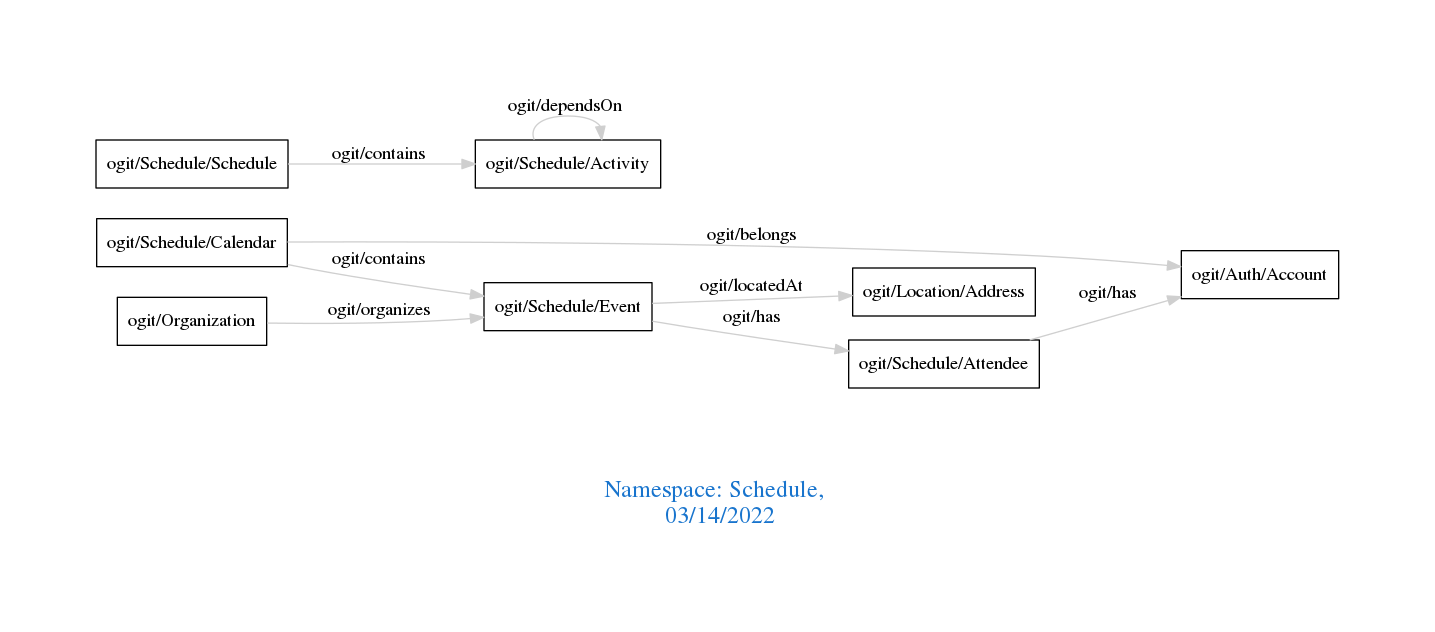
This is downloads/Schedule.png from arago/OGIT, a Graphviz export, as it was before one commit. Its source is kept beside it as downloads/Schedule.dot.
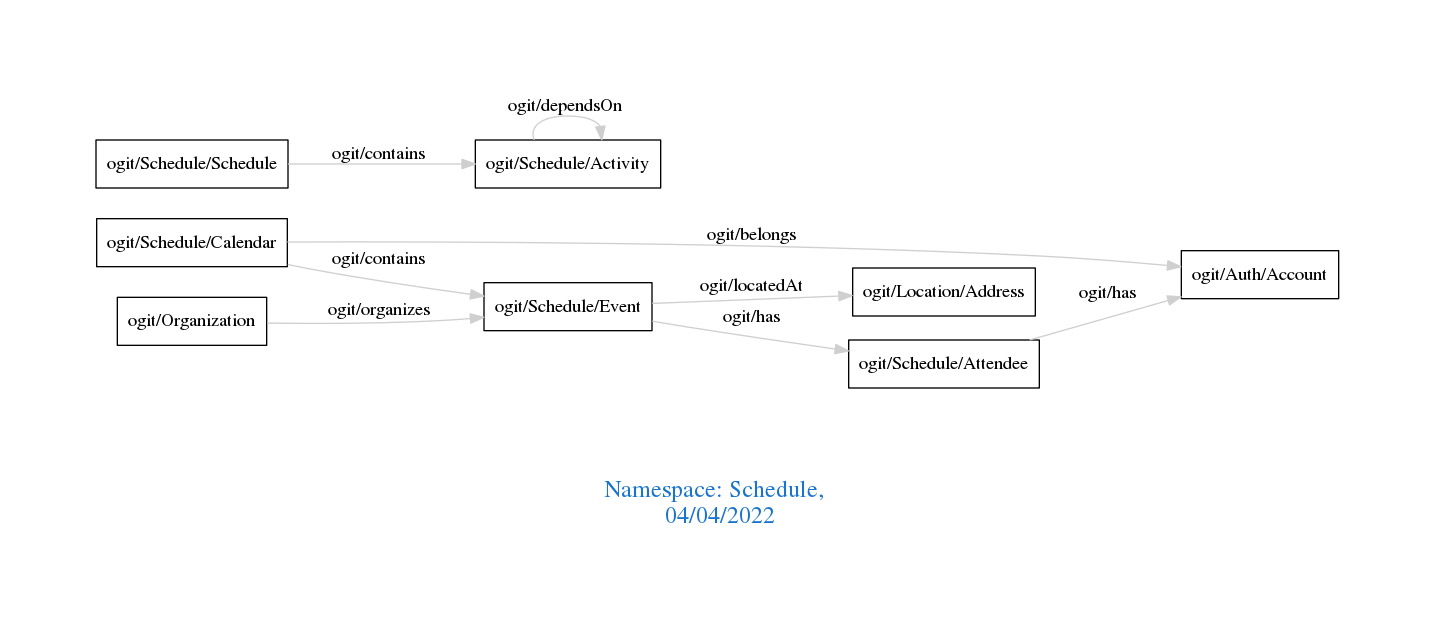
Above is the later version.

Change to the diagram source:
```diff
@@ -1,7 +1,7 @@
 digraph OGIT_ontology {
  graph [ rankdir= LR,pad=1
 fontsize = 18,
-fontcolor= dodgerblue3,label = "\n\n\nNamespace: Schedule, \n 03/14/2022"];
+fontcolor= dodgerblue3,label = "\n\n\nNamespace: Schedule, \n 04/04/2022"];
 node[shape=polygon];
 edge [  color="gray81"];
 
```
